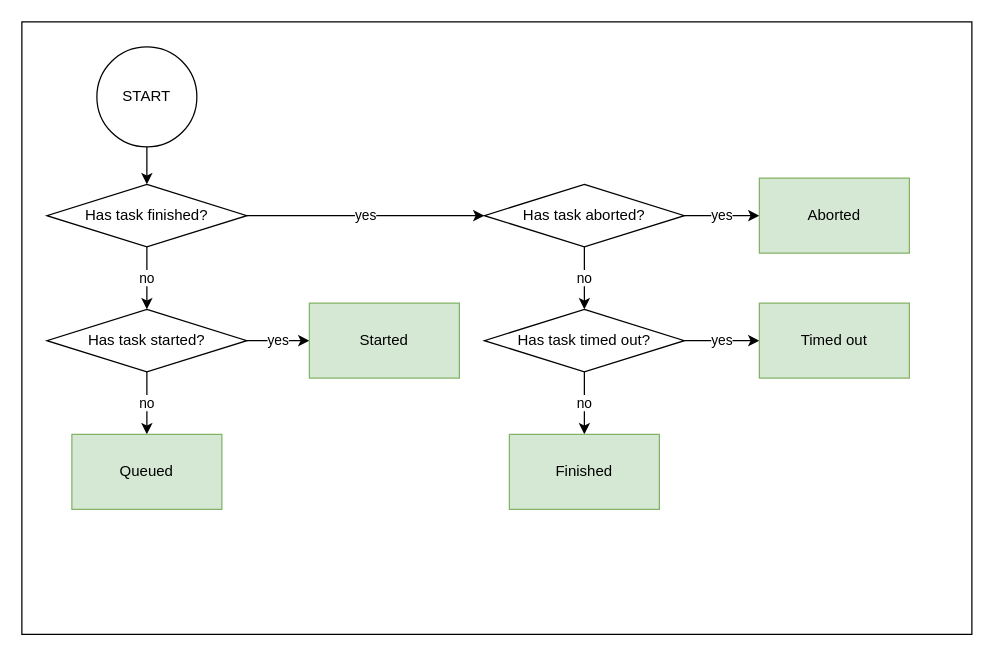
jfh-bitrise/personal keeps this draw.io diagram as drawio/task_status.drawio. Above is the earlier version. Source tidied: cells renumbered, new cells numbered last; positions are measured from the earlier drawing's top-left corner, leaving out a move shared by most shapes. Both pictures are drawn from the tidied source at 125%, with x=0, y=0 at pixel (21, 21).
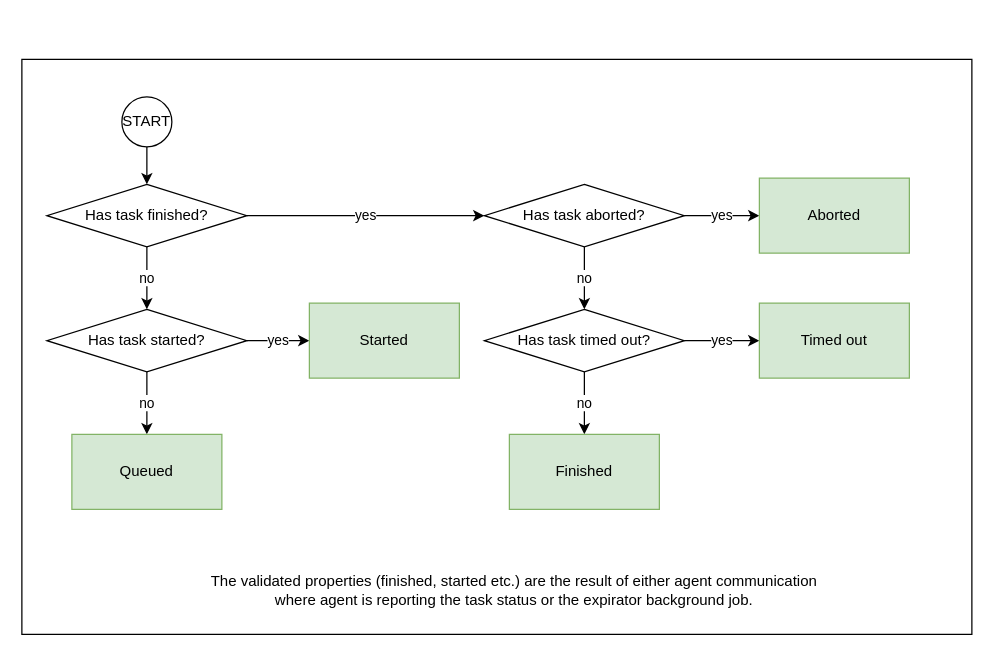
After the change.

Diff of the diagram source:
```diff
@@
     <mxCell id="2" style="rounded=0;whiteSpace=wrap;html=1;" parent="1" vertex="1">
-      <mxGeometry width="760" height="490" as="geometry" />
+      <mxGeometry y="30" width="760" height="460" as="geometry" />
     </mxCell>
@@
     <mxCell id="4" value="START" style="ellipse;whiteSpace=wrap;html=1;" parent="1" vertex="1">
-      <mxGeometry x="60" y="20" width="80" height="80" as="geometry" />
+      <mxGeometry x="80" y="60" width="40" height="40" as="geometry" />
     </mxCell>
@@
+    <mxCell id="22" value="The validated properties (finished, started etc.) are the result of either agent communication where agent is reporting the task status or the expirator background job." style="text;html=1;strokeColor=none;fillColor=none;align=center;verticalAlign=middle;whiteSpace=wrap;rounded=0;" parent="1" vertex="1">
+      <mxGeometry x="149" y="420" width="490" height="70" as="geometry" />
+    </mxCell>
```
